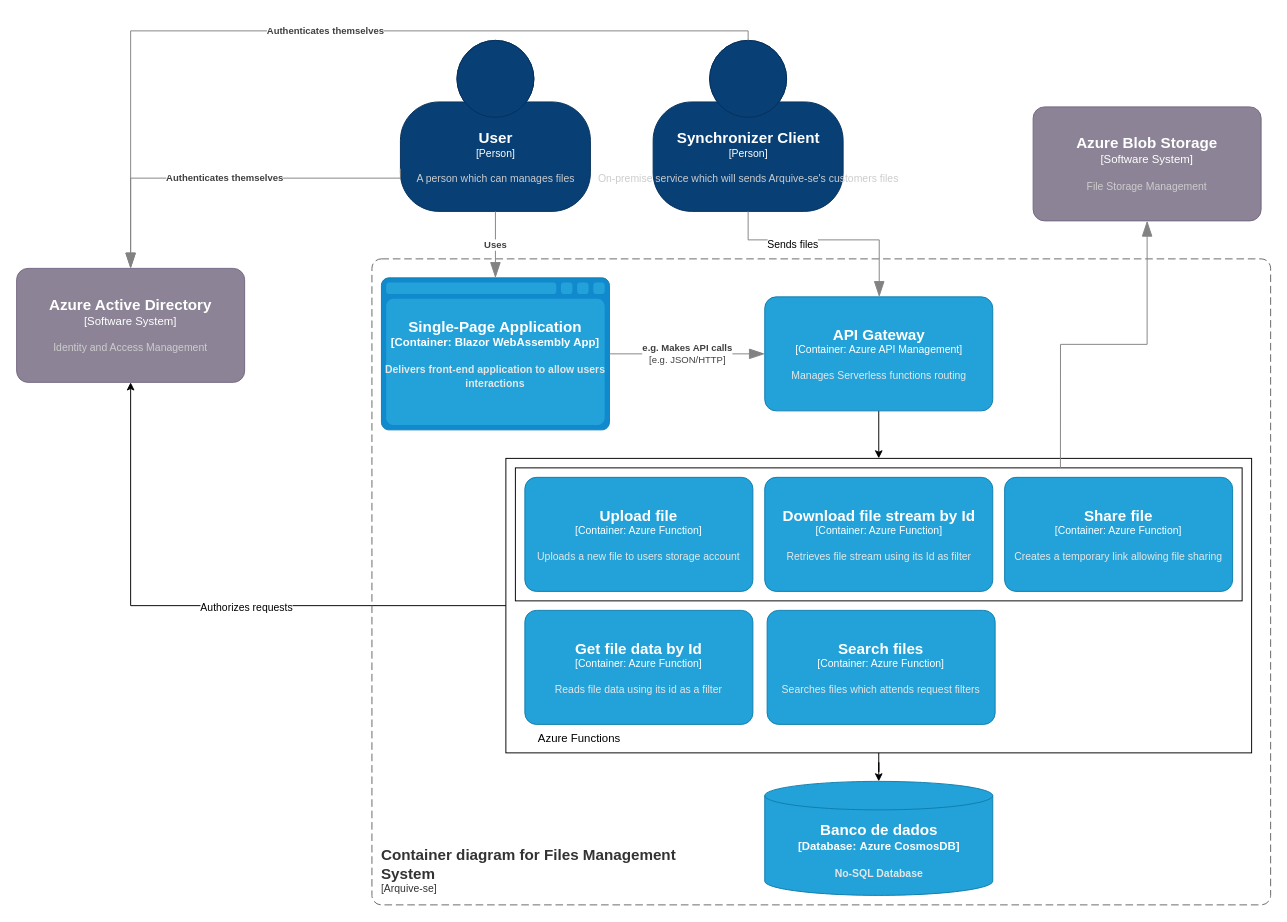
Before: page "C4 Model - Conteiners" (2 of 5) of docs/TCC - C4 Diagram.drawio in FelipeSpinelli/puc-minas-pos-tcc, a draw.io diagram. Source tidied: cells renumbered, new cells numbered last; positions are measured from the earlier drawing's top-left corner, leaving out a move shared by most shapes. Both pictures are drawn from the tidied source at 95%, with x=0, y=0 at pixel (16, 40).
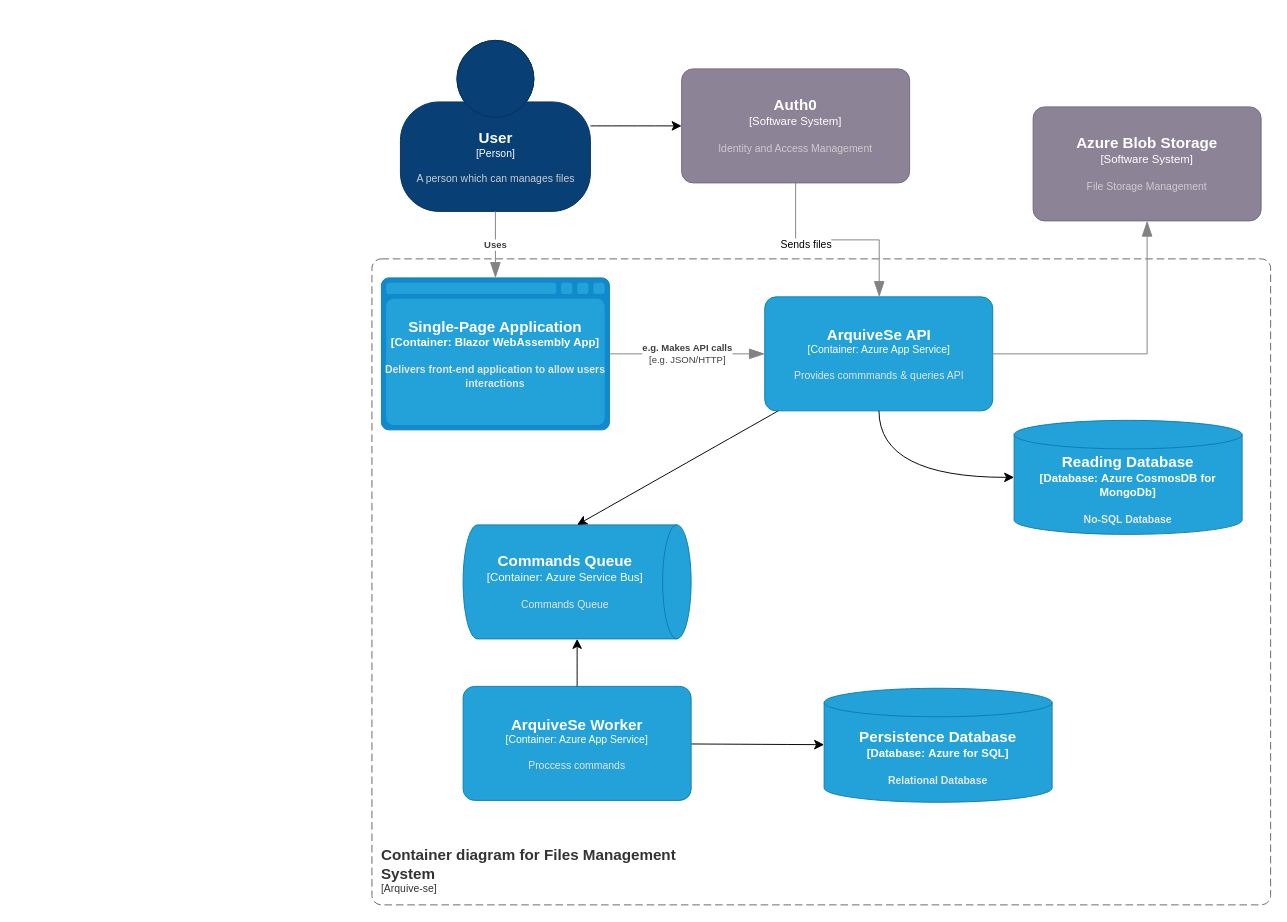
The same page after the edit.

The change refers to these unchanged cells:
```xml
<object id="7" label="&lt;font style=&quot;font-size: 16px&quot;&gt;&lt;b&gt;%c4Name%&lt;/b&gt;&lt;/font&gt;&lt;div&gt;[%c4Type%]&lt;/div&gt;&lt;br&gt;&lt;div&gt;&lt;font style=&quot;font-size: 11px&quot;&gt;&lt;font color=&quot;#cccccc&quot;&gt;%c4Description%&lt;/font&gt;&lt;/div&gt;" c4Description="A person which can manages files" c4Name="User" c4Type="Person" placeholders="1">
  <mxCell style="html=1;fontSize=11;dashed=0;whitespace=wrap;fillColor=#083F75;strokeColor=#06315C;fontColor=#ffffff;shape=mxgraph.c4.person2;align=center;points=[[0.5,0,0],[1,0.5,0],[1,0.75,0],[0.75,1,0],[0.5,1,0],[0.25,1,0],[0,0.75,0],[0,0.5,0]];" parent="1" vertex="1">
    <mxGeometry x="404" width="200" height="180" as="geometry" />
  </mxCell>
</object>
<object id="23" label="&lt;font style=&quot;font-size: 16px&quot;&gt;&lt;b&gt;%c4Name%&lt;/b&gt;&lt;/font&gt;&lt;div&gt;[%c4Type%]&lt;/div&gt;&lt;br&gt;&lt;div&gt;&lt;font style=&quot;font-size: 11px&quot;&gt;&lt;font color=&quot;#cccccc&quot;&gt;%c4Description%&lt;/font&gt;&lt;/div&gt;" c4Description="File Storage Management" c4Name="Azure Blob Storage" c4Type="Software System" placeholders="1">
  <mxCell style="rounded=1;whiteSpace=wrap;html=1;labelBackgroundColor=none;fillColor=#8C8496;fontColor=#ffffff;align=center;arcSize=10;strokeColor=#736782;points=[[0.25,0,0],[0.5,0,0],[0.75,0,0],[1,0.25,0],[1,0.5,0],[1,0.75,0],[0.75,1,0],[0.5,1,0],[0.25,1,0],[0,0.75,0],[0,0.5,0],[0,0.25,0]];" parent="1" vertex="1">
    <mxGeometry x="1070" y="70" width="240" height="120" as="geometry" />
  </mxCell>
</object>
```

The edit, as a diff of the source:
```diff
@@
-    <mxCell id="2" style="rounded=0;whiteSpace=wrap;html=1;" parent="1" vertex="1">
-      <mxGeometry x="515" y="440" width="785" height="310" as="geometry" />
-    </mxCell>
-    <mxCell id="3" style="rounded=0;whiteSpace=wrap;html=1;" parent="1" vertex="1">
-      <mxGeometry x="525" y="450" width="765" height="140" as="geometry" />
-    </mxCell>
-    <mxCell id="4" style="edgeStyle=orthogonalEdgeStyle;rounded=0;jettySize=auto;html=1;entryX=0.5;entryY=1;entryDx=0;entryDy=0;entryPerimeter=0;" parent="1" edge="1" source="2" target="13">
-      <mxGeometry relative="1" as="geometry" />
-    </mxCell>
-    <mxCell id="5" value="Authorizes requests" style="edgeLabel;html=1;align=center;verticalAlign=middle;" parent="4" vertex="1">
-      <mxGeometry x="-0.13" y="1" relative="1" as="geometry" />
-    </mxCell>
-    <mxCell id="6" style="edgeStyle=orthogonalEdgeStyle;rounded=0;jettySize=auto;html=1;exitX=0.5;exitY=1;exitDx=0;exitDy=0;" parent="1" edge="1" source="2" target="19">
-      <mxGeometry relative="1" as="geometry" />
-    </mxCell>
@@
-    <mxCell id="10" style="edgeStyle=orthogonalEdgeStyle;rounded=0;jettySize=auto;html=1;exitX=0.5;exitY=1;exitDx=0;exitDy=0;exitPerimeter=0;entryX=0.5;entryY=0;entryDx=0;entryDy=0;" parent="1" edge="1" source="11" target="2">
-      <mxGeometry relative="1" as="geometry" />
-    </mxCell>
-    <object id="11" label="&lt;font style=&quot;font-size: 16px&quot;&gt;&lt;b&gt;%c4Name%&lt;/b&gt;&lt;/font&gt;&lt;div&gt;[%c4Type%: %c4Technology%]&lt;/div&gt;&lt;br&gt;&lt;div&gt;&lt;font style=&quot;font-size: 11px&quot;&gt;&lt;font color=&quot;#E6E6E6&quot;&gt;%c4Description%&lt;/font&gt;&lt;/div&gt;" c4Description="Manages Serverless functions routing" c4Name="API Gateway" c4Technology="Azure API Management" c4Type="Container" placeholders="1">
+    <object id="11" label="&lt;font style=&quot;font-size: 16px&quot;&gt;&lt;b&gt;%c4Name%&lt;/b&gt;&lt;/font&gt;&lt;div&gt;[%c4Type%: %c4Technology%]&lt;/div&gt;&lt;br&gt;&lt;div&gt;&lt;font style=&quot;font-size: 11px&quot;&gt;&lt;font color=&quot;#E6E6E6&quot;&gt;%c4Description%&lt;/font&gt;&lt;/div&gt;" c4Description="Provides commmands &amp; queries API" c4Name="ArquiveSe API" c4Technology="Azure App Service" c4Type="Container" placeholders="1">
       <mxCell style="rounded=1;whiteSpace=wrap;html=1;fontSize=11;labelBackgroundColor=none;fillColor=#23A2D9;fontColor=#ffffff;align=center;arcSize=10;strokeColor=#0E7DAD;points=[[0.25,0,0],[0.5,0,0],[0.75,0,0],[1,0.25,0],[1,0.5,0],[1,0.75,0],[0.75,1,0],[0.5,1,0],[0.25,1,0],[0,0.75,0],[0,0.5,0],[0,0.25,0]];" parent="1" vertex="1">
         <mxGeometry x="787.5" y="270" width="240" height="120" as="geometry" />
       </mxCell>
     </object>
@@
-    <object id="13" label="&lt;font style=&quot;font-size: 16px&quot;&gt;&lt;b&gt;%c4Name%&lt;/b&gt;&lt;/font&gt;&lt;div&gt;[%c4Type%]&lt;/div&gt;&lt;br&gt;&lt;div&gt;&lt;font style=&quot;font-size: 11px&quot;&gt;&lt;font color=&quot;#cccccc&quot;&gt;%c4Description%&lt;/font&gt;&lt;/div&gt;" c4Description="Identity and Access Management" c4Name="Azure Active Directory" c4Type="Software System" placeholders="1">
+    <object id="13" label="&lt;font style=&quot;font-size: 16px&quot;&gt;&lt;b&gt;%c4Name%&lt;/b&gt;&lt;/font&gt;&lt;div&gt;[%c4Type%]&lt;/div&gt;&lt;br&gt;&lt;div&gt;&lt;font style=&quot;font-size: 11px&quot;&gt;&lt;font color=&quot;#cccccc&quot;&gt;%c4Description%&lt;/font&gt;&lt;/div&gt;" c4Description="Identity and Access Management" c4Name="Auth0" c4Type="Software System" placeholders="1">
       <mxCell style="rounded=1;whiteSpace=wrap;html=1;labelBackgroundColor=none;fillColor=#8C8496;fontColor=#ffffff;align=center;arcSize=10;strokeColor=#736782;points=[[0.25,0,0],[0.5,0,0],[0.75,0,0],[1,0.25,0],[1,0.5,0],[1,0.75,0],[0.75,1,0],[0.5,1,0],[0.25,1,0],[0,0.75,0],[0,0.5,0],[0,0.25,0]];" parent="1" vertex="1">
-        <mxGeometry y="240" width="240" height="120" as="geometry" />
+        <mxGeometry x="700" y="30" width="240" height="120" as="geometry" />
       </mxCell>
     </object>
-    <object id="14" label="&lt;div style=&quot;text-align: left&quot;&gt;&lt;div style=&quot;text-align: center&quot;&gt;&lt;b&gt;%c4Description%&lt;/b&gt;&lt;/div&gt;" c4Description="Authenticates themselves" placeholders="1">
-      <mxCell style="endArrow=blockThin;html=1;fontSize=10;fontColor=#404040;strokeWidth=1;endFill=1;strokeColor=#828282;elbow=vertical;endSize=14;startSize=14;jumpStyle=arc;jumpSize=16;rounded=0;edgeStyle=orthogonalEdgeStyle;exitX=0;exitY=0.75;exitDx=0;exitDy=0;exitPerimeter=0;entryX=0.5;entryY=0;entryDx=0;entryDy=0;entryPerimeter=0;" parent="1" edge="1" source="7" target="13">
-        <mxGeometry relative="1" as="geometry">
-          <Array as="points">
-            <mxPoint x="120" y="145" />
-          </Array>
-        </mxGeometry>
-      </mxCell>
-    </object>
@@
-    <object id="16" label="&lt;font style=&quot;font-size: 16px&quot;&gt;&lt;b&gt;%c4Name%&lt;/b&gt;&lt;/font&gt;&lt;div&gt;[%c4Type%: %c4Technology%]&lt;/div&gt;&lt;br&gt;&lt;div&gt;&lt;font style=&quot;font-size: 11px&quot;&gt;&lt;font color=&quot;#E6E6E6&quot;&gt;%c4Description%&lt;/font&gt;&lt;/div&gt;" c4Description="Reads file data using its id as a filter" c4Name="Get file data by Id" c4Technology="Azure Function" c4Type="Container" placeholders="1">
-      <mxCell style="rounded=1;whiteSpace=wrap;html=1;fontSize=11;labelBackgroundColor=none;fillColor=#23A2D9;fontColor=#ffffff;align=center;arcSize=10;strokeColor=#0E7DAD;" parent="1" vertex="1">
-        <mxGeometry x="535" y="600" width="240" height="120" as="geometry" />
-      </mxCell>
-    </object>
-    <object id="17" label="&lt;font style=&quot;font-size: 16px&quot;&gt;&lt;b&gt;%c4Name%&lt;/b&gt;&lt;/font&gt;&lt;div&gt;[%c4Type%: %c4Technology%]&lt;/div&gt;&lt;br&gt;&lt;div&gt;&lt;font style=&quot;font-size: 11px&quot;&gt;&lt;font color=&quot;#E6E6E6&quot;&gt;%c4Description%&lt;/font&gt;&lt;/div&gt;" c4Description="Retrieves file stream using its Id as filter" c4Name="Download file stream by Id" c4Technology="Azure Function" c4Type="Container" placeholders="1">
-      <mxCell style="rounded=1;whiteSpace=wrap;html=1;fontSize=11;labelBackgroundColor=none;fillColor=#23A2D9;fontColor=#ffffff;align=center;arcSize=10;strokeColor=#0E7DAD;" parent="1" vertex="1">
-        <mxGeometry x="787.5" y="460" width="240" height="120" as="geometry" />
-      </mxCell>
-    </object>
-    <object id="18" label="&lt;font style=&quot;font-size: 16px&quot;&gt;&lt;b&gt;%c4Name%&lt;/b&gt;&lt;/font&gt;&lt;div&gt;[%c4Type%: %c4Technology%]&lt;/div&gt;&lt;br&gt;&lt;div&gt;&lt;font style=&quot;font-size: 11px&quot;&gt;&lt;font color=&quot;#E6E6E6&quot;&gt;%c4Description%&lt;/font&gt;&lt;/div&gt;" c4Description="Uploads a new file to users storage account" c4Name="Upload file" c4Technology="Azure Function" c4Type="Container" placeholders="1">
-      <mxCell style="rounded=1;whiteSpace=wrap;html=1;fontSize=11;labelBackgroundColor=none;fillColor=#23A2D9;fontColor=#ffffff;align=center;arcSize=10;strokeColor=#0E7DAD;" parent="1" vertex="1">
-        <mxGeometry x="535" y="460" width="240" height="120" as="geometry" />
-      </mxCell>
-    </object>
-    <object id="19" label="&lt;font style=&quot;font-size: 16px&quot;&gt;&lt;b&gt;%c4Type%&lt;/font&gt;&lt;div&gt;[%c4Container%:&amp;nbsp;%c4Technology%]&lt;/div&gt;&lt;br&gt;&lt;div&gt;&lt;font style=&quot;font-size: 11px&quot;&gt;&lt;font color=&quot;#E6E6E6&quot;&gt;%c4Description%&lt;/font&gt;&lt;/div&gt;" c4Container="Database" c4Description="No-SQL Database" c4Technology="Azure CosmosDB" c4Type="Banco de dados" placeholders="1">
+    <object id="19" label="&lt;font style=&quot;font-size: 16px&quot;&gt;&lt;b&gt;%c4Type%&lt;/font&gt;&lt;div&gt;[%c4Container%:&amp;nbsp;%c4Technology%]&lt;/div&gt;&lt;br&gt;&lt;div&gt;&lt;font style=&quot;font-size: 11px&quot;&gt;&lt;font color=&quot;#E6E6E6&quot;&gt;%c4Description%&lt;/font&gt;&lt;/div&gt;" c4Container="Database" c4Description="No-SQL Database" c4Technology="Azure CosmosDB for MongoDb" c4Type="Reading Database" placeholders="1">
       <mxCell style="shape=cylinder3;size=15;whiteSpace=wrap;html=1;boundedLbl=1;rounded=0;labelBackgroundColor=none;fillColor=#23A2D9;fontSize=12;fontColor=#ffffff;align=center;strokeColor=#0E7DAD;points=[[0.5,0,0],[1,0.25,0],[1,0.5,0],[1,0.75,0],[0.5,1,0],[0,0.75,0],[0,0.5,0],[0,0.25,0]];" parent="1" vertex="1">
-        <mxGeometry x="787.5" y="780" width="240" height="120" as="geometry" />
+        <mxGeometry x="1050" y="400" width="240" height="120" as="geometry" />
       </mxCell>
     </object>
-    <object id="20" label="&lt;font style=&quot;font-size: 16px&quot;&gt;&lt;b&gt;%c4Name%&lt;/b&gt;&lt;/font&gt;&lt;div&gt;[%c4Type%: %c4Technology%]&lt;/div&gt;&lt;br&gt;&lt;div&gt;&lt;font style=&quot;font-size: 11px&quot;&gt;&lt;font color=&quot;#E6E6E6&quot;&gt;%c4Description%&lt;/font&gt;&lt;/div&gt;" c4Description="Searches files which attends request filters" c4Name="Search files" c4Technology="Azure Function" c4Type="Container" placeholders="1">
-      <mxCell style="rounded=1;whiteSpace=wrap;html=1;fontSize=11;labelBackgroundColor=none;fillColor=#23A2D9;fontColor=#ffffff;align=center;arcSize=10;strokeColor=#0E7DAD;" parent="1" vertex="1">
-        <mxGeometry x="790" y="600" width="240" height="120" as="geometry" />
-      </mxCell>
-    </object>
-    <object id="21" label="&lt;font style=&quot;font-size: 16px&quot;&gt;&lt;b&gt;%c4Name%&lt;/b&gt;&lt;/font&gt;&lt;div&gt;[%c4Type%: %c4Technology%]&lt;/div&gt;&lt;br&gt;&lt;div&gt;&lt;font style=&quot;font-size: 11px&quot;&gt;&lt;font color=&quot;#E6E6E6&quot;&gt;%c4Description%&lt;/font&gt;&lt;/div&gt;" c4Description="Creates a temporary link allowing file sharing" c4Name="Share file" c4Technology="Azure Function" c4Type="Container" placeholders="1">
-      <mxCell style="rounded=1;whiteSpace=wrap;html=1;fontSize=11;labelBackgroundColor=none;fillColor=#23A2D9;fontColor=#ffffff;align=center;arcSize=10;strokeColor=#0E7DAD;" parent="1" vertex="1">
-        <mxGeometry x="1040" y="460" width="240" height="120" as="geometry" />
-      </mxCell>
-    </object>
-    <mxCell id="22" value="Azure Functions" style="text;html=1;strokeColor=none;fillColor=none;align=center;verticalAlign=middle;whiteSpace=wrap;rounded=0;" parent="1" vertex="1">
-      <mxGeometry x="515" y="720" width="155" height="30" as="geometry" />
-    </mxCell>
@@
-    <mxCell id="24" style="endArrow=blockThin;html=1;fontSize=10;fontColor=#404040;strokeWidth=1;endFill=1;strokeColor=#828282;elbow=vertical;endSize=14;startSize=14;jumpStyle=arc;jumpSize=16;rounded=0;edgeStyle=orthogonalEdgeStyle;exitX=0.75;exitY=0;exitDx=0;exitDy=0;entryX=0.5;entryY=1;entryDx=0;entryDy=0;entryPerimeter=0;" parent="1" edge="1" source="3" target="23">
+    <mxCell id="24" style="endArrow=blockThin;html=1;fontSize=10;fontColor=#404040;strokeWidth=1;endFill=1;strokeColor=#828282;elbow=vertical;endSize=14;startSize=14;jumpStyle=arc;jumpSize=16;rounded=0;edgeStyle=orthogonalEdgeStyle;exitX=1;exitY=0.5;exitDx=0;exitDy=0;entryX=0.5;entryY=1;entryDx=0;entryDy=0;entryPerimeter=0;exitPerimeter=0;" parent="1" edge="1" source="11" target="23">
       <mxGeometry relative="1" as="geometry" />
     </mxCell>
-    <object id="25" label="&lt;font style=&quot;font-size: 16px&quot;&gt;&lt;b&gt;%c4Name%&lt;/b&gt;&lt;/font&gt;&lt;div&gt;[%c4Type%]&lt;/div&gt;&lt;br&gt;&lt;div&gt;&lt;font style=&quot;font-size: 11px&quot;&gt;&lt;font color=&quot;#cccccc&quot;&gt;%c4Description%&lt;/font&gt;&lt;/div&gt;" c4Description="On-premise service which will sends Arquive-se's customers files" c4Name="Synchronizer Client" c4Type="Person" placeholders="1">
-      <mxCell style="html=1;fontSize=11;dashed=0;whitespace=wrap;fillColor=#083F75;strokeColor=#06315C;fontColor=#ffffff;shape=mxgraph.c4.person2;align=center;points=[[0.5,0,0],[1,0.5,0],[1,0.75,0],[0.75,1,0],[0.5,1,0],[0.25,1,0],[0,0.75,0],[0,0.5,0]];" parent="1" vertex="1">
-        <mxGeometry x="670" width="200" height="180" as="geometry" />
-      </mxCell>
-    </object>
-    <object id="26" label="&lt;div style=&quot;text-align: left&quot;&gt;&lt;div style=&quot;text-align: center&quot;&gt;&lt;b&gt;%c4Description%&lt;/b&gt;&lt;/div&gt;" c4Description="Authenticates themselves" placeholders="1">
-      <mxCell style="endArrow=blockThin;html=1;fontSize=10;fontColor=#404040;strokeWidth=1;endFill=1;strokeColor=#828282;elbow=vertical;endSize=14;startSize=14;jumpStyle=arc;jumpSize=16;rounded=0;edgeStyle=orthogonalEdgeStyle;exitX=0.5;exitY=0;exitDx=0;exitDy=0;exitPerimeter=0;entryX=0.5;entryY=0;entryDx=0;entryDy=0;entryPerimeter=0;" parent="1" edge="1" source="25" target="13">
-        <mxGeometry relative="1" as="geometry" />
-      </mxCell>
-    </object>
-    <mxCell id="27" style="endArrow=blockThin;html=1;fontSize=10;fontColor=#404040;strokeWidth=1;endFill=1;strokeColor=#828282;elbow=vertical;endSize=14;startSize=14;jumpStyle=arc;jumpSize=16;rounded=0;edgeStyle=orthogonalEdgeStyle;exitX=0.5;exitY=1;exitDx=0;exitDy=0;exitPerimeter=0;" parent="1" edge="1" source="25" target="11">
+    <mxCell id="27" style="endArrow=blockThin;html=1;fontSize=10;fontColor=#404040;strokeWidth=1;endFill=1;strokeColor=#828282;elbow=vertical;endSize=14;startSize=14;jumpStyle=arc;jumpSize=16;rounded=0;edgeStyle=orthogonalEdgeStyle;exitX=0.5;exitY=1;exitDx=0;exitDy=0;exitPerimeter=0;" parent="1" edge="1" source="13" target="11">
       <mxGeometry relative="1" as="geometry">
         <Array as="points">
-          <mxPoint x="770" y="210" />
+          <mxPoint x="820" y="210" />
           <mxPoint x="908" y="210" />
         </Array>
       </mxGeometry>
     </mxCell>
@@
+    <mxCell id="14" style="edgeStyle=none;curved=1;rounded=0;jettySize=auto;html=1;exitX=1;exitY=0.5;exitDx=0;exitDy=0;exitPerimeter=0;entryX=0;entryY=0.5;entryDx=0;entryDy=0;entryPerimeter=0;fontSize=12;startSize=8;endSize=8;" parent="1" edge="1" source="7" target="13">
+      <mxGeometry relative="1" as="geometry" />
+    </mxCell>
+    <object id="29" label="&lt;font style=&quot;font-size: 16px&quot;&gt;&lt;b&gt;%c4Type%&lt;/b&gt;&lt;/font&gt;&lt;div&gt;[%c4Container%:&amp;nbsp;%c4Technology%]&lt;/div&gt;&lt;br&gt;&lt;div&gt;&lt;font style=&quot;font-size: 11px&quot;&gt;&lt;font color=&quot;#E6E6E6&quot;&gt;%c4Description%&lt;/font&gt;&lt;/div&gt;" c4Container="Container" c4Description="Commands Queue" c4Technology="Azure Service Bus" c4Type="Commands Queue" placeholders="1">
+      <mxCell style="shape=cylinder3;size=15;direction=south;whiteSpace=wrap;html=1;boundedLbl=1;rounded=0;labelBackgroundColor=none;fillColor=#23A2D9;fontSize=12;fontColor=#ffffff;align=center;strokeColor=#0E7DAD;points=[[0.5,0,0],[1,0.25,0],[1,0.5,0],[1,0.75,0],[0.5,1,0],[0,0.75,0],[0,0.5,0],[0,0.25,0]];" parent="1" vertex="1">
+        <mxGeometry x="470" y="510" width="240" height="120" as="geometry" />
+      </mxCell>
+    </object>
+    <mxCell id="30" style="edgeStyle=none;curved=1;rounded=0;jettySize=auto;html=1;entryX=0;entryY=0.5;entryDx=0;entryDy=0;entryPerimeter=0;fontSize=12;startSize=8;endSize=8;" parent="1" edge="1" source="11" target="29">
+      <mxGeometry relative="1" as="geometry" />
+    </mxCell>
+    <mxCell id="31" style="edgeStyle=none;curved=1;rounded=0;jettySize=auto;html=1;fontSize=12;startSize=8;endSize=8;" parent="1" edge="1" source="32" target="35">
+      <mxGeometry relative="1" as="geometry" />
+    </mxCell>
+    <object id="32" label="&lt;font style=&quot;font-size: 16px&quot;&gt;&lt;b&gt;%c4Name%&lt;/b&gt;&lt;/font&gt;&lt;div&gt;[%c4Type%: %c4Technology%]&lt;/div&gt;&lt;br&gt;&lt;div&gt;&lt;font style=&quot;font-size: 11px&quot;&gt;&lt;font color=&quot;#E6E6E6&quot;&gt;%c4Description%&lt;/font&gt;&lt;/div&gt;" c4Description="Proccess commands" c4Name="ArquiveSe Worker" c4Technology="Azure App Service" c4Type="Container" placeholders="1">
+      <mxCell style="rounded=1;whiteSpace=wrap;html=1;fontSize=11;labelBackgroundColor=none;fillColor=#23A2D9;fontColor=#ffffff;align=center;arcSize=10;strokeColor=#0E7DAD;points=[[0.25,0,0],[0.5,0,0],[0.75,0,0],[1,0.25,0],[1,0.5,0],[1,0.75,0],[0.75,1,0],[0.5,1,0],[0.25,1,0],[0,0.75,0],[0,0.5,0],[0,0.25,0]];" parent="1" vertex="1">
+        <mxGeometry x="470" y="680" width="240" height="120" as="geometry" />
+      </mxCell>
+    </object>
+    <mxCell id="33" style="edgeStyle=none;curved=1;rounded=0;jettySize=auto;html=1;entryX=0;entryY=0.5;entryDx=0;entryDy=0;entryPerimeter=0;fontSize=12;startSize=8;endSize=8;" parent="1" edge="1" source="11" target="19">
+      <mxGeometry relative="1" as="geometry">
+        <Array as="points">
+          <mxPoint x="908" y="460" />
+        </Array>
+      </mxGeometry>
+    </mxCell>
+    <mxCell id="34" style="edgeStyle=none;curved=1;rounded=0;jettySize=auto;html=1;entryX=1;entryY=0.5;entryDx=0;entryDy=0;entryPerimeter=0;fontSize=12;startSize=8;endSize=8;" parent="1" edge="1" source="32" target="29">
+      <mxGeometry relative="1" as="geometry" />
+    </mxCell>
+    <object id="35" label="&lt;font style=&quot;font-size: 16px&quot;&gt;&lt;b&gt;%c4Type%&lt;/font&gt;&lt;div&gt;[%c4Container%:&amp;nbsp;%c4Technology%]&lt;/div&gt;&lt;br&gt;&lt;div&gt;&lt;font style=&quot;font-size: 11px&quot;&gt;&lt;font color=&quot;#E6E6E6&quot;&gt;%c4Description%&lt;/font&gt;&lt;/div&gt;" c4Container="Database" c4Description="Relational Database" c4Technology="Azure for SQL" c4Type="Persistence Database" placeholders="1">
+      <mxCell style="shape=cylinder3;size=15;whiteSpace=wrap;html=1;boundedLbl=1;rounded=0;labelBackgroundColor=none;fillColor=#23A2D9;fontSize=12;fontColor=#ffffff;align=center;strokeColor=#0E7DAD;points=[[0.5,0,0],[1,0.25,0],[1,0.5,0],[1,0.75,0],[0.5,1,0],[0,0.75,0],[0,0.5,0],[0,0.25,0]];" parent="1" vertex="1">
+        <mxGeometry x="850" y="682" width="240" height="120" as="geometry" />
+      </mxCell>
+    </object>
```
